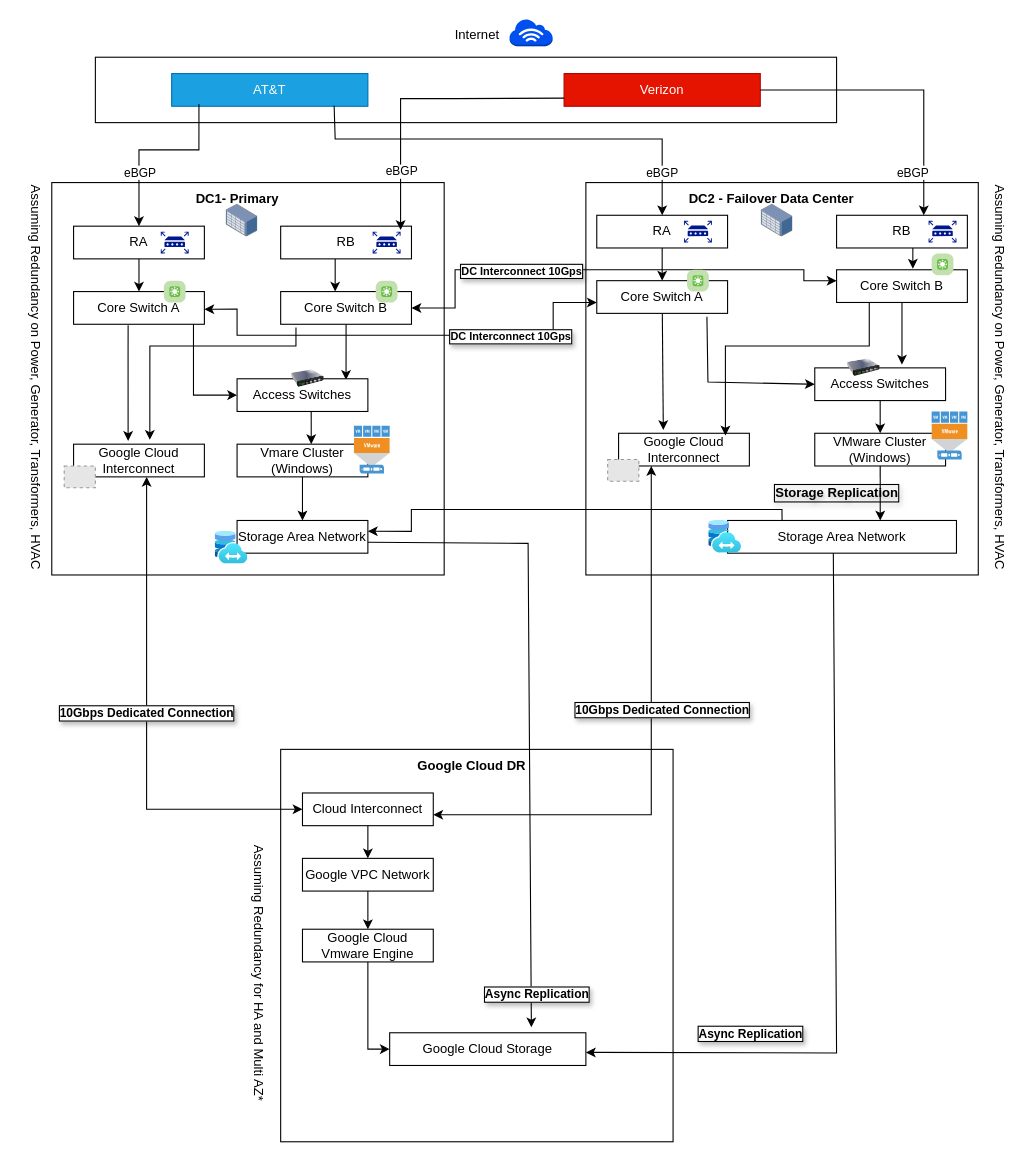
The draw.io diagram Proposed Architecture RFP group3.drawio in sapilson/sapilson, before the edit. Source tidied: cells renumbered, new cells numbered last; positions are measured from the earlier drawing's top-left corner, leaving out a move shared by most shapes. Both pictures are drawn from the tidied source at 109%, with x=0, y=0 at pixel (-172, 19). Pictures stored in the file or linked from it are replaced by grey dashed boxes.
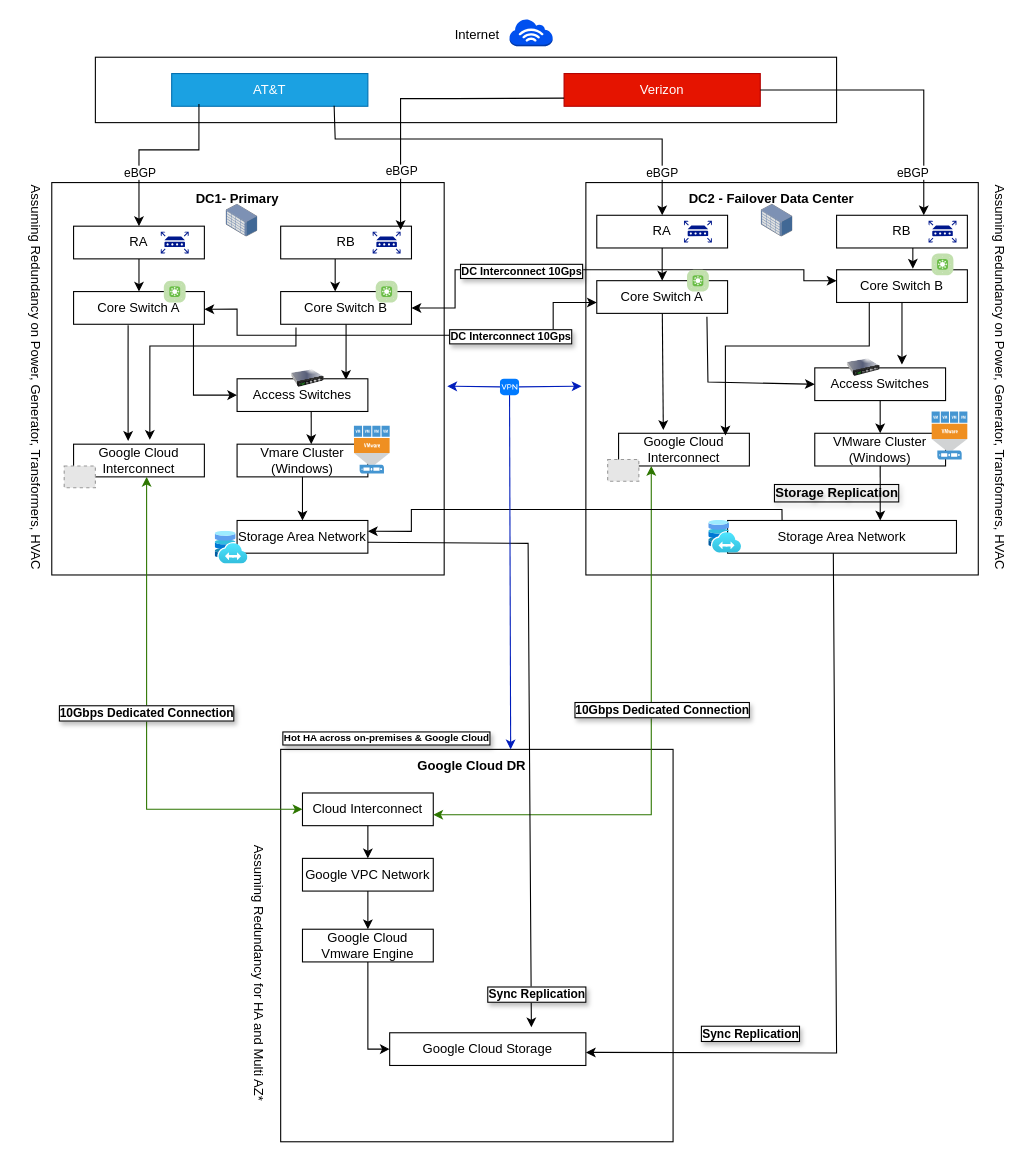
The same page after the edit.

The change refers to these unchanged cells:
```xml
<mxCell id="6" style="whiteSpace=wrap;html=1;" parent="1" vertex="1">
  <mxGeometry x="205" y="150" width="360" height="360" as="geometry" />
</mxCell>
<mxCell id="7" style="whiteSpace=wrap;html=1;" parent="1" vertex="1">
  <mxGeometry x="695" y="150" width="360" height="360" as="geometry" />
</mxCell>
<mxCell id="38" value="Cloud Interconnect" style="rounded=0;whiteSpace=wrap;html=1;" parent="1" vertex="1">
  <mxGeometry x="435" y="710" width="120" height="30" as="geometry" />
</mxCell>
<mxCell id="57" value="Google Cloud Interconnect" style="rounded=0;whiteSpace=wrap;html=1;" parent="1" vertex="1">
  <mxGeometry x="725" y="380" width="120" height="30" as="geometry" />
</mxCell>
<mxCell id="59" value="&lt;b&gt;Google Cloud DR&lt;/b&gt;" style="text;html=1;align=center;verticalAlign=middle;points=[];strokeColor=none;fillColor=none;" parent="1" vertex="1">
  <mxGeometry x="530" y="670" width="120" height="30" as="geometry" />
</mxCell>
<mxCell id="66" style="endArrow=classic;html=1;rounded=0;exitX=1;exitY=0.5;exitDx=0;exitDy=0;" parent="1" edge="1">
  <mxGeometry relative="1" as="geometry">
    <mxPoint x="495" y="480" as="sourcePoint" />
    <mxPoint x="645" y="925" as="targetPoint" />
    <Array as="points">
      <mxPoint x="642" y="481" />
    </Array>
  </mxGeometry>
</mxCell>
```

Change to the diagram source:
```diff
@@
-    <mxCell id="63" value="10Gbps Dedicated Connection" style="endArrow=classic;startArrow=classic;html=1;rounded=0;exitX=0;exitY=0.5;exitDx=0;exitDy=0;fontStyle=1;labelBorderColor=default;textShadow=1;" parent="1" edge="1" source="38">
+    <mxCell id="63" value="10Gbps Dedicated Connection" style="endArrow=classic;startArrow=classic;html=1;rounded=0;exitX=0;exitY=0.5;exitDx=0;exitDy=0;fontStyle=1;labelBorderColor=default;textShadow=1;fillColor=#60a917;strokeColor=#2D7600;" parent="1" edge="1" source="38">
       <mxGeometry x="0.03" relative="1" as="geometry">
         <mxPoint x="292" y="420" as="targetPoint" />
         <Array as="points">
           <mxPoint x="292" y="725" />
         </Array>
       </mxGeometry>
     </mxCell>
-    <mxCell id="64" value="10Gbps Dedicated Connection" style="endArrow=classic;startArrow=classic;html=1;rounded=0;fontStyle=1;labelBorderColor=default;textShadow=1;entryX=0.25;entryY=1;entryDx=0;entryDy=0;" parent="1" edge="1" target="57">
+    <mxCell id="64" value="10Gbps Dedicated Connection" style="endArrow=classic;startArrow=classic;html=1;rounded=0;fontStyle=1;labelBorderColor=default;textShadow=1;entryX=0.25;entryY=1;entryDx=0;entryDy=0;fillColor=#60a917;strokeColor=#2D7600;" parent="1" edge="1" target="57">
       <mxGeometry x="0.14" y="-10" relative="1" as="geometry">
         <mxPoint x="555" y="730" as="sourcePoint" />
         <Array as="points">
           <mxPoint x="755" y="730" />
         </Array>
       </mxGeometry>
     </mxCell>
@@
-    <mxCell id="67" value="Async Replication" style="edgeLabel;html=1;align=center;verticalAlign=middle;fontStyle=1;labelBorderColor=default;textShadow=1;" parent="66" vertex="1">
+    <mxCell id="67" value="Sync Replication" style="edgeLabel;html=1;align=center;verticalAlign=middle;fontStyle=1;labelBorderColor=default;textShadow=1;" parent="66" vertex="1">
       <mxGeometry x="-0.07" relative="1" as="geometry">
         <mxPoint x="7" y="286" as="offset" />
       </mxGeometry>
     </mxCell>
@@
-    <mxCell id="79" value="Async Replication" style="edgeLabel;html=1;align=center;verticalAlign=middle;fontStyle=1;labelBorderColor=default;textShadow=1;" parent="1" vertex="1">
+    <mxCell id="79" value="Sync Replication" style="edgeLabel;html=1;align=center;verticalAlign=middle;fontStyle=1;labelBorderColor=default;textShadow=1;" parent="1" vertex="1">
       <mxGeometry x="845" y="930" as="geometry" />
     </mxCell>
@@
+    <mxCell id="97" style="html=1;strokeWidth=1;shadow=0;dashed=0;shape=mxgraph.ios7.misc.vpn;fillColor=#007AFF;strokeColor=none;buttonText=;strokeColor2=#222222;fontColor=#222222;fontSize=8;verticalLabelPosition=bottom;verticalAlign=top;align=center;sketch=0;" parent="1" vertex="1">
+      <mxGeometry x="616.2" y="330" width="17.5" height="15" as="geometry" />
+    </mxCell>
+    <mxCell id="98" style="edgeStyle=none;rounded=0;jettySize=auto;html=1;entryX=1.008;entryY=0.519;entryDx=0;entryDy=0;entryPerimeter=0;fillColor=#0050ef;strokeColor=#001DBC;" parent="1" edge="1" source="97" target="6">
+      <mxGeometry relative="1" as="geometry" />
+    </mxCell>
+    <mxCell id="99" style="edgeStyle=none;rounded=0;jettySize=auto;html=1;entryX=-0.011;entryY=0.519;entryDx=0;entryDy=0;entryPerimeter=0;fillColor=#0050ef;strokeColor=#001DBC;" parent="1" edge="1" source="97" target="7">
+      <mxGeometry relative="1" as="geometry" />
+    </mxCell>
+    <mxCell id="100" style="edgeStyle=none;rounded=0;jettySize=auto;html=1;entryX=0.8;entryY=0;entryDx=0;entryDy=0;entryPerimeter=0;fillColor=#0050ef;strokeColor=#001DBC;" parent="1" edge="1" source="97" target="59">
+      <mxGeometry relative="1" as="geometry" />
+    </mxCell>
+    <mxCell id="101" value="Hot HA across on-premises &amp;amp; Google Cloud" style="text;html=1;align=center;verticalAlign=middle;strokeColor=none;fillColor=none;fontStyle=1;fontSize=9;labelBackgroundColor=default;labelBorderColor=default;textShadow=1;" parent="1" vertex="1">
+      <mxGeometry x="412.2" y="650" width="200" height="20" as="geometry" />
+    </mxCell>
```
